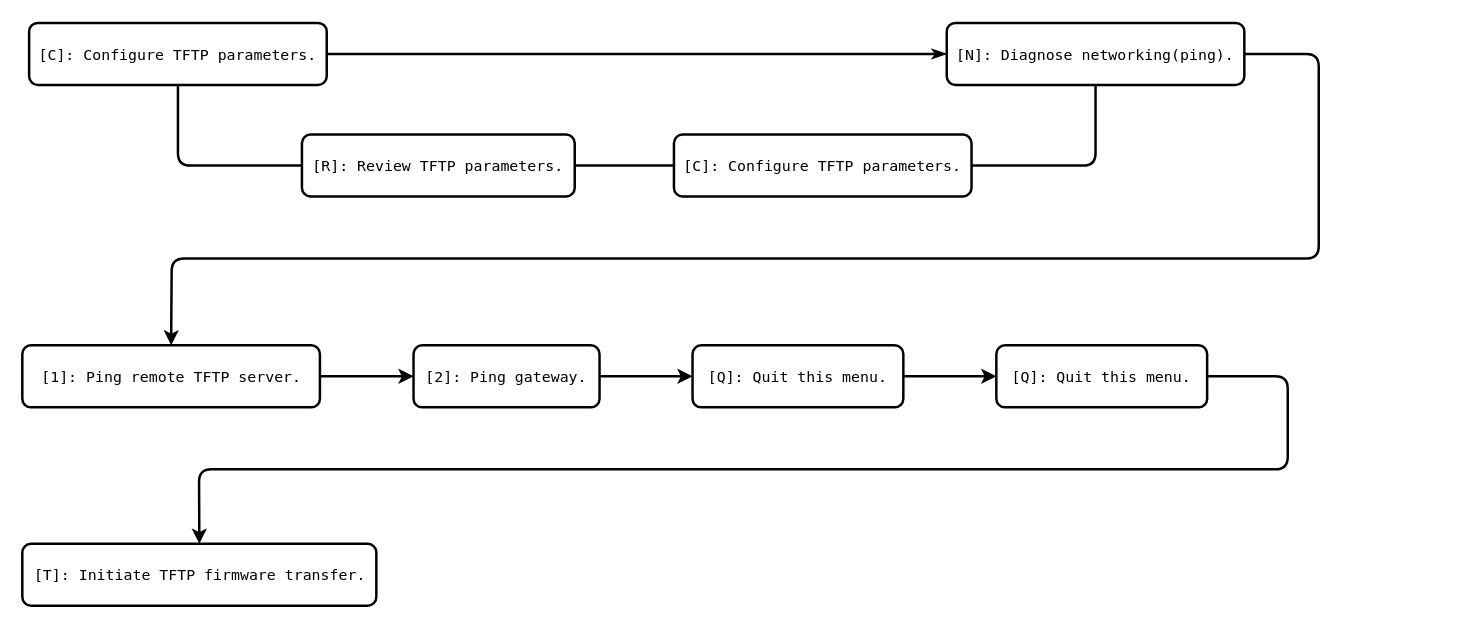
This is ネットワーク構成図/FortiGate 50E INIT Process.drawio from virtualitypage/draw.io, a draw.io file, before an edit. Source tidied: cells renumbered, new cells numbered last; positions are measured from the earlier drawing's top-left corner, leaving out a move shared by most shapes. Both pictures are drawn from the tidied source at 124%, with x=0, y=0 at pixel (21, 22).
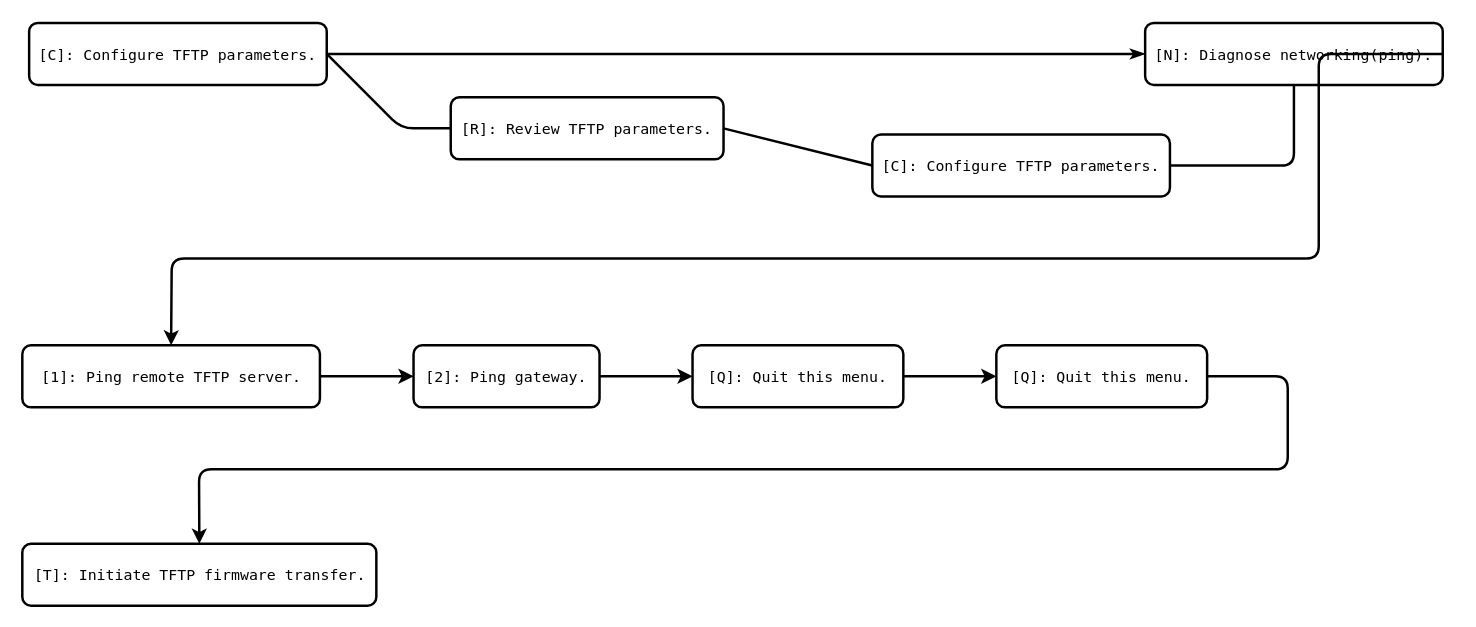
Above is the later version.

Commit message:
FortiGate 50E INIT Process.drawio を更新します

The change refers to these unchanged cells:
```xml
<mxCell id="3" value="&lt;p style=&quot;margin: 0px; font-variant-numeric: normal; font-variant-east-asian: normal; font-variant-alternates: normal; font-size-adjust: none; font-kerning: auto; font-optical-sizing: auto; font-feature-settings: normal; font-variation-settings: normal; font-variant-position: normal; font-variant-emoji: normal; font-stretch: normal; line-height: normal; font-family: Menlo; text-align: start;&quot; class=&quot;p1&quot;&gt;[C]: Configure TFTP parameters.&lt;/p&gt;" style="rounded=1;whiteSpace=wrap;html=1;absoluteArcSize=1;arcSize=14;strokeWidth=2;" parent="1" vertex="1">
  <mxGeometry x="6" width="240" height="50" as="geometry" />
</mxCell>
```

The edit, as a diff of the source:
```diff
@@
     <mxCell id="2" value="&lt;p style=&quot;margin: 0px; font-variant-numeric: normal; font-variant-east-asian: normal; font-variant-alternates: normal; font-size-adjust: none; font-kerning: auto; font-optical-sizing: auto; font-feature-settings: normal; font-variation-settings: normal; font-variant-position: normal; font-variant-emoji: normal; font-stretch: normal; line-height: normal; font-family: Menlo; text-align: start;&quot; class=&quot;p1&quot;&gt;[R]: Review TFTP parameters.&lt;/p&gt;" style="rounded=1;whiteSpace=wrap;html=1;absoluteArcSize=1;arcSize=14;strokeWidth=2;" parent="1" vertex="1">
-      <mxGeometry x="226" y="90" width="220" height="50" as="geometry" />
+      <mxGeometry x="346" y="60" width="220" height="50" as="geometry" />
     </mxCell>
@@
-    <mxCell id="4" style="endArrow=none;html=1;rounded=1;entryX=0.5;entryY=1;entryDx=0;entryDy=0;exitX=0;exitY=0.5;exitDx=0;exitDy=0;curved=0;strokeWidth=2;" parent="1" edge="1" source="2" target="3">
+    <mxCell id="4" style="endArrow=none;html=1;rounded=1;entryX=1;entryY=0.5;entryDx=0;entryDy=0;curved=0;strokeWidth=2;exitX=0;exitY=0.5;exitDx=0;exitDy=0;" parent="1" edge="1" source="2" target="3">
       <mxGeometry relative="1" as="geometry">
         <Array as="points">
-          <mxPoint x="126" y="115" />
+          <mxPoint x="306" y="85" />
         </Array>
       </mxGeometry>
     </mxCell>
@@
     <mxCell id="6" value="&lt;p style=&quot;margin: 0px; font-variant-numeric: normal; font-variant-east-asian: normal; font-variant-alternates: normal; font-size-adjust: none; font-kerning: auto; font-optical-sizing: auto; font-feature-settings: normal; font-variation-settings: normal; font-variant-position: normal; font-variant-emoji: normal; font-stretch: normal; line-height: normal; font-family: Menlo; text-align: start;&quot; class=&quot;p1&quot;&gt;[C]: Configure TFTP parameters.&lt;/p&gt;" style="rounded=1;whiteSpace=wrap;html=1;absoluteArcSize=1;arcSize=14;strokeWidth=2;" parent="1" vertex="1">
-      <mxGeometry x="526" y="90" width="240" height="50" as="geometry" />
+      <mxGeometry x="686" y="90" width="240" height="50" as="geometry" />
     </mxCell>
@@
     <mxCell id="8" value="&lt;p style=&quot;margin: 0px; font-variant-numeric: normal; font-variant-east-asian: normal; font-variant-alternates: normal; font-size-adjust: none; font-kerning: auto; font-optical-sizing: auto; font-feature-settings: normal; font-variation-settings: normal; font-variant-position: normal; font-variant-emoji: normal; font-stretch: normal; line-height: normal; font-family: Menlo; text-align: start;&quot; class=&quot;p1&quot;&gt;[N]: Diagnose networking(ping).&lt;/p&gt;" style="rounded=1;whiteSpace=wrap;html=1;absoluteArcSize=1;arcSize=14;strokeWidth=2;" parent="1" vertex="1">
-      <mxGeometry x="746" width="240" height="50" as="geometry" />
+      <mxGeometry x="906" width="240" height="50" as="geometry" />
     </mxCell>
     <mxCell id="9" style="endArrow=none;html=1;rounded=1;curved=0;strokeWidth=2;exitX=1;exitY=0.5;exitDx=0;exitDy=0;" parent="1" edge="1" source="6" target="8">
       <mxGeometry relative="1" as="geometry">
         <Array as="points">
-          <mxPoint x="866" y="115" />
+          <mxPoint x="1026" y="115" />
         </Array>
       </mxGeometry>
     </mxCell>
```
